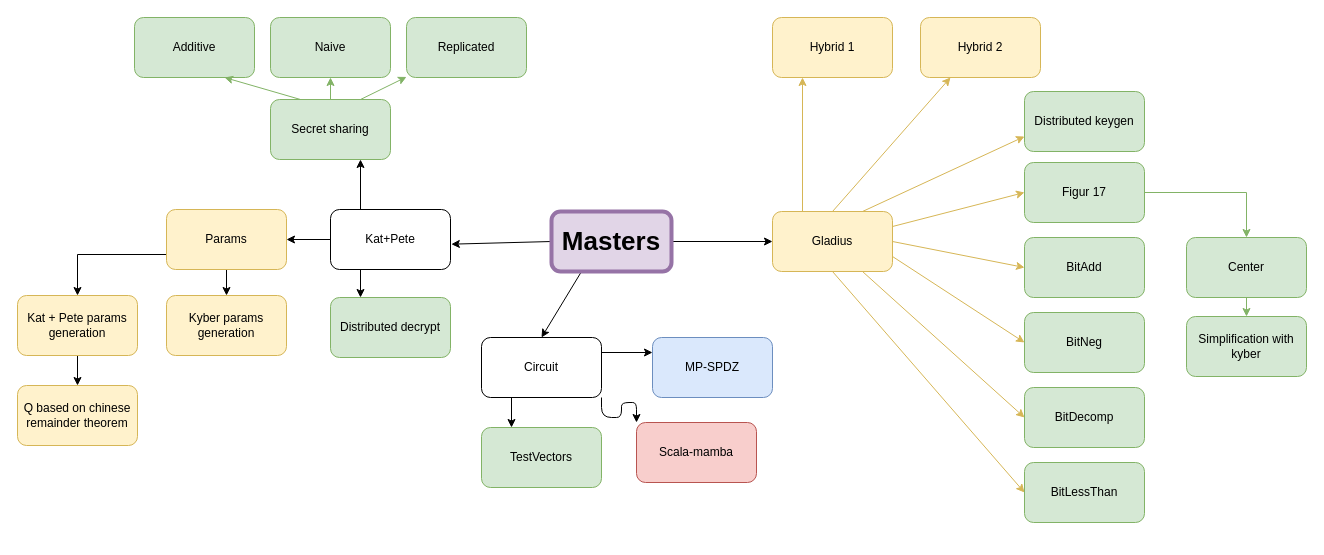
The draw.io diagram Untitled Diagram.drawio in Sellebjergen/ThresholdKyber, before the edit. Source tidied: cells renumbered, new cells numbered last; positions are measured from the earlier drawing's top-left corner, leaving out a move shared by most shapes. Both pictures are drawn from the tidied source at 100%, with x=0, y=0 at pixel (17, 17).
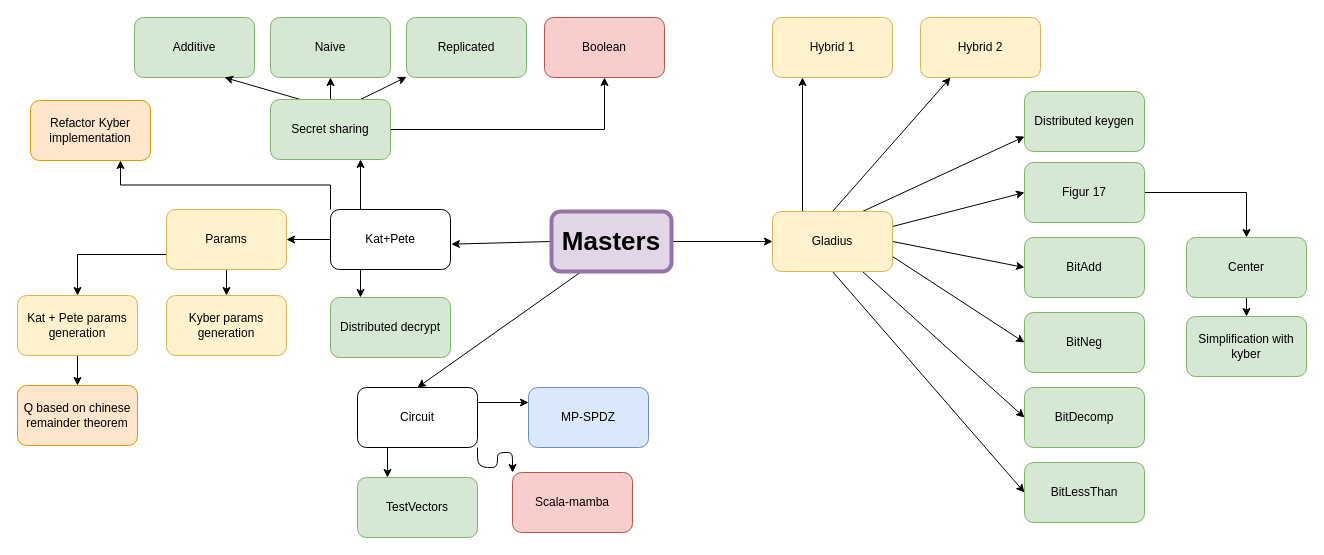
The same diagram, later.

Unchanged cells that the change refers to:
```xml
<mxCell id="9" value="&lt;div&gt;Kat+Pete&lt;/div&gt;" style="rounded=1;whiteSpace=wrap;html=1;labelBackgroundColor=none;" parent="1" vertex="1">
  <mxGeometry x="313" y="192" width="120" height="60" as="geometry" />
</mxCell>
<mxCell id="10" value="BitDecomp" style="rounded=1;whiteSpace=wrap;html=1;labelBackgroundColor=none;fillColor=#d5e8d4;strokeColor=#82b366;" parent="1" vertex="1">
  <mxGeometry x="1007" y="370" width="120" height="60" as="geometry" />
</mxCell>
<mxCell id="11" value="BitNeg" style="rounded=1;whiteSpace=wrap;html=1;labelBackgroundColor=none;fillColor=#d5e8d4;strokeColor=#82b366;" parent="1" vertex="1">
  <mxGeometry x="1007" y="295" width="120" height="60" as="geometry" />
</mxCell>
<mxCell id="12" value="BitAdd" style="rounded=1;whiteSpace=wrap;html=1;labelBackgroundColor=none;fillColor=#d5e8d4;strokeColor=#82b366;" parent="1" vertex="1">
  <mxGeometry x="1007" y="220" width="120" height="60" as="geometry" />
</mxCell>
<mxCell id="14" value="Figur 17" style="rounded=1;whiteSpace=wrap;html=1;labelBackgroundColor=none;fillColor=#d5e8d4;strokeColor=#82b366;" parent="1" vertex="1">
  <mxGeometry x="1007" y="145" width="120" height="60" as="geometry" />
</mxCell>
<mxCell id="15" value="Distributed keygen" style="rounded=1;whiteSpace=wrap;html=1;labelBackgroundColor=none;fillColor=#d5e8d4;strokeColor=#82b366;" parent="1" vertex="1">
  <mxGeometry x="1007" y="74" width="120" height="60" as="geometry" />
</mxCell>
<mxCell id="16" value="Hybrid 2" style="rounded=1;whiteSpace=wrap;html=1;labelBackgroundColor=none;fillColor=#fff2cc;strokeColor=#d6b656;" parent="1" vertex="1">
  <mxGeometry x="903" width="120" height="60" as="geometry" />
</mxCell>
<mxCell id="17" value="Hybrid 1" style="rounded=1;whiteSpace=wrap;html=1;labelBackgroundColor=none;fillColor=#fff2cc;strokeColor=#d6b656;" parent="1" vertex="1">
  <mxGeometry x="755" width="120" height="60" as="geometry" />
</mxCell>
<mxCell id="26" value="&lt;div&gt;Gladius&lt;/div&gt;" style="rounded=1;whiteSpace=wrap;html=1;labelBackgroundColor=none;fillColor=#fff2cc;strokeColor=#d6b656;" parent="1" vertex="1">
  <mxGeometry x="755" y="194" width="120" height="60" as="geometry" />
</mxCell>
<mxCell id="34" value="Replicated" style="rounded=1;whiteSpace=wrap;html=1;labelBackgroundColor=none;fillColor=#d5e8d4;strokeColor=#82b366;" parent="1" vertex="1">
  <mxGeometry x="389" width="120" height="60" as="geometry" />
</mxCell>
<mxCell id="35" value="Naive" style="rounded=1;whiteSpace=wrap;html=1;labelBackgroundColor=none;fillColor=#d5e8d4;strokeColor=#82b366;" parent="1" vertex="1">
  <mxGeometry x="253" width="120" height="60" as="geometry" />
</mxCell>
<mxCell id="36" value="Additive" style="rounded=1;whiteSpace=wrap;html=1;labelBackgroundColor=none;fillColor=#d5e8d4;strokeColor=#82b366;" parent="1" vertex="1">
  <mxGeometry x="117" width="120" height="60" as="geometry" />
</mxCell>
<mxCell id="40" value="&lt;div&gt;Secret sharing&lt;/div&gt;" style="rounded=1;whiteSpace=wrap;html=1;labelBackgroundColor=none;fillColor=#d5e8d4;strokeColor=#82b366;" parent="1" vertex="1">
  <mxGeometry x="253" y="82" width="120" height="60" as="geometry" />
</mxCell>
<mxCell id="41" value="BitLessThan" style="rounded=1;whiteSpace=wrap;html=1;labelBackgroundColor=none;fillColor=#d5e8d4;strokeColor=#82b366;" parent="1" vertex="1">
  <mxGeometry x="1007" y="445" width="120" height="60" as="geometry" />
</mxCell>
<mxCell id="43" value="Center" style="rounded=1;whiteSpace=wrap;html=1;labelBackgroundColor=none;fillColor=#d5e8d4;strokeColor=#82b366;" parent="1" vertex="1">
  <mxGeometry x="1169" y="220" width="120" height="60" as="geometry" />
</mxCell>
<mxCell id="44" value="Simplification with kyber" style="rounded=1;whiteSpace=wrap;html=1;labelBackgroundColor=none;fillColor=#d5e8d4;strokeColor=#82b366;" parent="1" vertex="1">
  <mxGeometry x="1169" y="299" width="120" height="60" as="geometry" />
</mxCell>
```

Diff of the diagram source:
```diff
@@
+    <mxCell id="53" style="edgeStyle=orthogonalEdgeStyle;rounded=0;jettySize=auto;html=1;exitX=0;exitY=0;exitDx=0;exitDy=0;entryX=0.75;entryY=1;entryDx=0;entryDy=0;" parent="1" edge="1" source="9" target="55">
+      <mxGeometry relative="1" as="geometry" />
+    </mxCell>
@@
-    <mxCell id="13" style="edgeStyle=orthogonalEdgeStyle;rounded=0;jettySize=auto;html=1;exitX=1;exitY=0.5;exitDx=0;exitDy=0;entryX=0.5;entryY=0;entryDx=0;entryDy=0;labelBackgroundColor=none;fontColor=default;fillColor=#d5e8d4;strokeColor=#82b366;" parent="1" edge="1" source="14" target="43">
+    <mxCell id="13" style="edgeStyle=orthogonalEdgeStyle;rounded=0;jettySize=auto;html=1;exitX=1;exitY=0.5;exitDx=0;exitDy=0;entryX=0.5;entryY=0;entryDx=0;entryDy=0;labelBackgroundColor=none;fontColor=default;fillColor=#d5e8d4;strokeColor=#000000;" parent="1" edge="1" source="14" target="43">
       <mxGeometry relative="1" as="geometry" />
     </mxCell>
@@
-    <mxCell id="18" style="edgeStyle=orthogonalEdgeStyle;rounded=0;jettySize=auto;html=1;exitX=0.25;exitY=0;exitDx=0;exitDy=0;entryX=0.25;entryY=1;entryDx=0;entryDy=0;labelBackgroundColor=none;fontColor=default;fillColor=#fff2cc;strokeColor=#d6b656;" parent="1" edge="1" source="26" target="17">
+    <mxCell id="18" style="edgeStyle=orthogonalEdgeStyle;rounded=0;jettySize=auto;html=1;exitX=0.25;exitY=0;exitDx=0;exitDy=0;entryX=0.25;entryY=1;entryDx=0;entryDy=0;labelBackgroundColor=none;fontColor=default;fillColor=#fff2cc;strokeColor=#000000;" parent="1" edge="1" source="26" target="17">
       <mxGeometry relative="1" as="geometry" />
     </mxCell>
-    <mxCell id="19" style="rounded=0;jettySize=auto;html=1;exitX=0.5;exitY=0;exitDx=0;exitDy=0;entryX=0.25;entryY=1;entryDx=0;entryDy=0;labelBackgroundColor=none;fontColor=default;fillColor=#fff2cc;strokeColor=#d6b656;" parent="1" edge="1" source="26" target="16">
+    <mxCell id="19" style="rounded=0;jettySize=auto;html=1;exitX=0.5;exitY=0;exitDx=0;exitDy=0;entryX=0.25;entryY=1;entryDx=0;entryDy=0;labelBackgroundColor=none;fontColor=default;fillColor=#fff2cc;strokeColor=#000000;" parent="1" edge="1" source="26" target="16">
       <mxGeometry relative="1" as="geometry" />
     </mxCell>
-    <mxCell id="20" style="rounded=0;jettySize=auto;html=1;exitX=0.75;exitY=0;exitDx=0;exitDy=0;entryX=0;entryY=0.75;entryDx=0;entryDy=0;labelBackgroundColor=none;fontColor=default;strokeColor=#d6b656;fillColor=#fff2cc;" parent="1" edge="1" source="26" target="15">
+    <mxCell id="20" style="rounded=0;jettySize=auto;html=1;exitX=0.75;exitY=0;exitDx=0;exitDy=0;entryX=0;entryY=0.75;entryDx=0;entryDy=0;labelBackgroundColor=none;fontColor=default;strokeColor=#000000;fillColor=#fff2cc;" parent="1" edge="1" source="26" target="15">
       <mxGeometry relative="1" as="geometry" />
     </mxCell>
-    <mxCell id="21" style="rounded=0;jettySize=auto;html=1;exitX=1;exitY=0.25;exitDx=0;exitDy=0;entryX=0;entryY=0.5;entryDx=0;entryDy=0;labelBackgroundColor=none;fontColor=default;fillColor=#fff2cc;strokeColor=#d6b656;" parent="1" edge="1" source="26" target="14">
+    <mxCell id="21" style="rounded=0;jettySize=auto;html=1;exitX=1;exitY=0.25;exitDx=0;exitDy=0;entryX=0;entryY=0.5;entryDx=0;entryDy=0;labelBackgroundColor=none;fontColor=default;fillColor=#fff2cc;strokeColor=#000000;" parent="1" edge="1" source="26" target="14">
       <mxGeometry relative="1" as="geometry" />
     </mxCell>
-    <mxCell id="22" style="rounded=0;jettySize=auto;html=1;exitX=1;exitY=0.5;exitDx=0;exitDy=0;entryX=0;entryY=0.5;entryDx=0;entryDy=0;labelBackgroundColor=none;fontColor=default;fillColor=#fff2cc;strokeColor=#d6b656;" parent="1" edge="1" source="26" target="12">
+    <mxCell id="22" style="rounded=0;jettySize=auto;html=1;exitX=1;exitY=0.5;exitDx=0;exitDy=0;entryX=0;entryY=0.5;entryDx=0;entryDy=0;labelBackgroundColor=none;fontColor=default;fillColor=#fff2cc;strokeColor=#000000;" parent="1" edge="1" source="26" target="12">
       <mxGeometry relative="1" as="geometry" />
     </mxCell>
-    <mxCell id="23" style="rounded=0;jettySize=auto;html=1;exitX=1;exitY=0.75;exitDx=0;exitDy=0;entryX=0;entryY=0.5;entryDx=0;entryDy=0;labelBackgroundColor=none;fontColor=default;fillColor=#fff2cc;strokeColor=#d6b656;" parent="1" edge="1" source="26" target="11">
+    <mxCell id="23" style="rounded=0;jettySize=auto;html=1;exitX=1;exitY=0.75;exitDx=0;exitDy=0;entryX=0;entryY=0.5;entryDx=0;entryDy=0;labelBackgroundColor=none;fontColor=default;fillColor=#fff2cc;strokeColor=#000000;" parent="1" edge="1" source="26" target="11">
       <mxGeometry relative="1" as="geometry" />
     </mxCell>
-    <mxCell id="24" style="rounded=0;jettySize=auto;html=1;exitX=0.75;exitY=1;exitDx=0;exitDy=0;entryX=0;entryY=0.5;entryDx=0;entryDy=0;labelBackgroundColor=none;fontColor=default;fillColor=#fff2cc;strokeColor=#d6b656;" parent="1" edge="1" source="26" target="10">
+    <mxCell id="24" style="rounded=0;jettySize=auto;html=1;exitX=0.75;exitY=1;exitDx=0;exitDy=0;entryX=0;entryY=0.5;entryDx=0;entryDy=0;labelBackgroundColor=none;fontColor=default;fillColor=#fff2cc;strokeColor=#000000;" parent="1" edge="1" source="26" target="10">
       <mxGeometry relative="1" as="geometry" />
     </mxCell>
-    <mxCell id="25" style="rounded=0;jettySize=auto;html=1;exitX=0.5;exitY=1;exitDx=0;exitDy=0;entryX=0;entryY=0.5;entryDx=0;entryDy=0;labelBackgroundColor=none;fontColor=default;fillColor=#fff2cc;strokeColor=#d6b656;" parent="1" edge="1" source="26" target="41">
+    <mxCell id="25" style="rounded=0;jettySize=auto;html=1;exitX=0.5;exitY=1;exitDx=0;exitDy=0;entryX=0;entryY=0.5;entryDx=0;entryDy=0;labelBackgroundColor=none;fontColor=default;fillColor=#fff2cc;strokeColor=#000000;" parent="1" edge="1" source="26" target="41">
       <mxGeometry relative="1" as="geometry" />
     </mxCell>
@@
-    <mxCell id="37" style="edgeStyle=orthogonalEdgeStyle;rounded=0;jettySize=auto;html=1;exitX=0.5;exitY=0;exitDx=0;exitDy=0;labelBackgroundColor=none;fontColor=default;fillColor=#d5e8d4;strokeColor=#82b366;" parent="1" edge="1" source="40" target="35">
+    <mxCell id="37" style="edgeStyle=orthogonalEdgeStyle;rounded=0;jettySize=auto;html=1;exitX=0.5;exitY=0;exitDx=0;exitDy=0;labelBackgroundColor=none;fontColor=default;fillColor=#d5e8d4;strokeColor=#000000;" parent="1" edge="1" source="40" target="35">
       <mxGeometry relative="1" as="geometry" />
     </mxCell>
-    <mxCell id="38" style="rounded=0;jettySize=auto;html=1;exitX=0.75;exitY=0;exitDx=0;exitDy=0;labelBackgroundColor=none;fontColor=default;fillColor=#d5e8d4;strokeColor=#82b366;" parent="1" edge="1" source="40" target="34">
+    <mxCell id="38" style="rounded=0;jettySize=auto;html=1;exitX=0.75;exitY=0;exitDx=0;exitDy=0;labelBackgroundColor=none;fontColor=default;fillColor=#d5e8d4;strokeColor=#000000;" parent="1" edge="1" source="40" target="34">
       <mxGeometry relative="1" as="geometry" />
     </mxCell>
-    <mxCell id="39" style="rounded=0;jettySize=auto;html=1;exitX=0.25;exitY=0;exitDx=0;exitDy=0;entryX=0.75;entryY=1;entryDx=0;entryDy=0;labelBackgroundColor=none;fontColor=default;fillColor=#d5e8d4;strokeColor=#82b366;" parent="1" edge="1" source="40" target="36">
+    <mxCell id="39" style="rounded=0;jettySize=auto;html=1;exitX=0.25;exitY=0;exitDx=0;exitDy=0;entryX=0.75;entryY=1;entryDx=0;entryDy=0;labelBackgroundColor=none;fontColor=default;fillColor=#d5e8d4;strokeColor=#000000;" parent="1" edge="1" source="40" target="36">
       <mxGeometry relative="1" as="geometry" />
     </mxCell>
+    <mxCell id="54" style="edgeStyle=orthogonalEdgeStyle;rounded=0;jettySize=auto;html=1;" parent="1" edge="1" source="40" target="56">
+      <mxGeometry relative="1" as="geometry" />
+    </mxCell>
@@
-    <mxCell id="42" style="edgeStyle=orthogonalEdgeStyle;rounded=0;jettySize=auto;html=1;exitX=0.5;exitY=1;exitDx=0;exitDy=0;entryX=0.5;entryY=0;entryDx=0;entryDy=0;labelBackgroundColor=none;fontColor=default;fillColor=#d5e8d4;strokeColor=#82b366;" parent="1" edge="1" source="43" target="44">
+    <mxCell id="42" style="edgeStyle=orthogonalEdgeStyle;rounded=0;jettySize=auto;html=1;exitX=0.5;exitY=1;exitDx=0;exitDy=0;entryX=0.5;entryY=0;entryDx=0;entryDy=0;labelBackgroundColor=none;fontColor=default;fillColor=#d5e8d4;strokeColor=#000000;" parent="1" edge="1" source="43" target="44">
       <mxGeometry relative="1" as="geometry" />
     </mxCell>
@@
     <mxCell id="48" value="Circuit" style="rounded=1;whiteSpace=wrap;html=1;strokeWidth=1;labelBackgroundColor=none;" parent="1" vertex="1">
-      <mxGeometry x="464" y="320" width="120" height="60" as="geometry" />
+      <mxGeometry x="340" y="370" width="120" height="60" as="geometry" />
     </mxCell>
     <mxCell id="49" value="TestVectors" style="rounded=1;whiteSpace=wrap;html=1;strokeWidth=1;labelBackgroundColor=none;fillColor=#d5e8d4;strokeColor=#82b366;" parent="1" vertex="1">
-      <mxGeometry x="464" y="410" width="120" height="60" as="geometry" />
+      <mxGeometry x="340" y="460" width="120" height="60" as="geometry" />
     </mxCell>
     <mxCell id="50" value="MP-SPDZ" style="rounded=1;whiteSpace=wrap;html=1;strokeWidth=1;labelBackgroundColor=none;fillColor=#dae8fc;strokeColor=#6c8ebf;" parent="1" vertex="1">
-      <mxGeometry x="635" y="320" width="120" height="60" as="geometry" />
+      <mxGeometry x="511" y="370" width="120" height="60" as="geometry" />
     </mxCell>
     <mxCell id="51" value="Scala-mamba" style="rounded=1;whiteSpace=wrap;html=1;strokeWidth=1;labelBackgroundColor=none;fillColor=#f8cecc;strokeColor=#b85450;" parent="1" vertex="1">
-      <mxGeometry x="619" y="405" width="120" height="60" as="geometry" />
+      <mxGeometry x="495" y="455" width="120" height="60" as="geometry" />
     </mxCell>
-    <mxCell id="52" value="Q based on chinese remainder theorem" style="rounded=1;whiteSpace=wrap;html=1;labelBackgroundColor=none;fillColor=#fff2cc;strokeColor=#d6b656;" parent="1" vertex="1">
+    <mxCell id="52" value="Q based on chinese remainder theorem" style="rounded=1;whiteSpace=wrap;html=1;labelBackgroundColor=none;fillColor=#ffe6cc;strokeColor=#d79b00;" parent="1" vertex="1">
       <mxGeometry y="368" width="120" height="60" as="geometry" />
     </mxCell>
+    <mxCell id="55" value="&lt;div&gt;Refactor Kyber implementation&lt;/div&gt;" style="rounded=1;whiteSpace=wrap;html=1;fillColor=#ffe6cc;strokeColor=#d79b00;" parent="1" vertex="1">
+      <mxGeometry x="13" y="83" width="120" height="60" as="geometry" />
+    </mxCell>
+    <mxCell id="56" value="Boolean" style="rounded=1;whiteSpace=wrap;html=1;fillColor=#f8cecc;strokeColor=#b85450;labelBackgroundColor=none;" parent="1" vertex="1">
+      <mxGeometry x="527" width="120" height="60" as="geometry" />
+    </mxCell>
```
